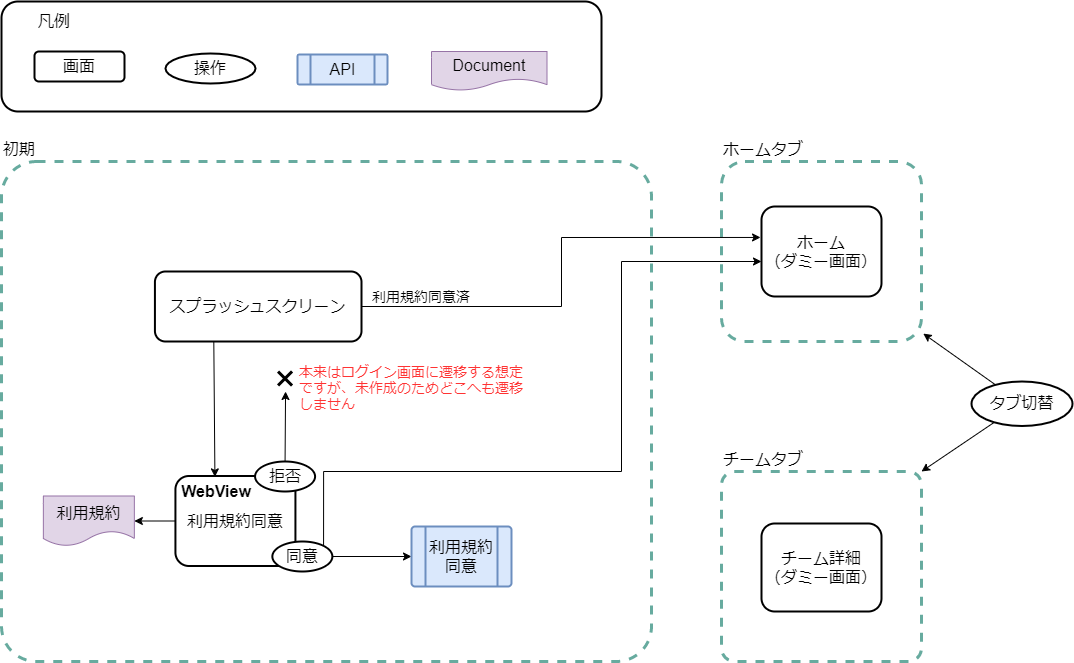
Before: website/docs/react-native/santoku/design/screen-transitions/screen-transitions.drawio.png, a diagram exported from draw.io (ws-4020/mobile-app-crib-notes). Source tidied: cells renumbered, new cells last; positions are measured from the earlier drawing's top-left corner, leaving out a move shared by most shapes.
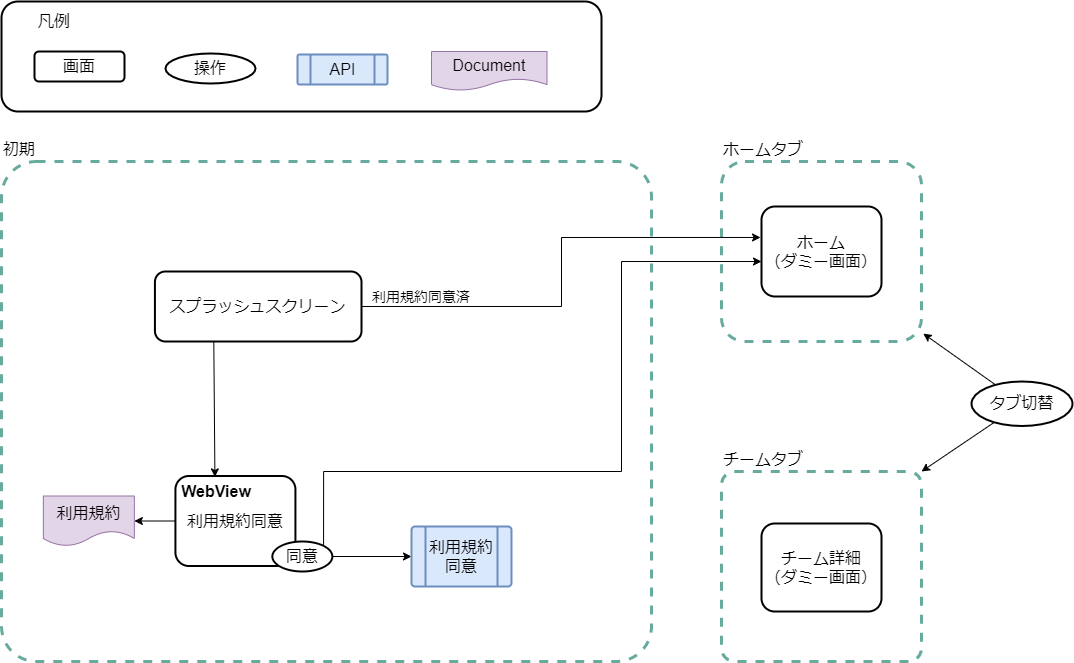
The same diagram one commit later.

Commit message:
拒否ボタン削除

Change to the diagram source:
```diff
@@ -82,18 +82,6 @@
     <mxCell id="25" style="rounded=0;jettySize=auto;html=1;startArrow=classic;startFill=1;endArrow=none;fontSize=16;exitX=1.009;exitY=0.956;exitDx=0;exitDy=0;exitPerimeter=0;" parent="1" edge="1" source="3" target="24">
       <mxGeometry relative="1" as="geometry" />
     </mxCell>
-    <mxCell id="26" style="edgeStyle=none;rounded=0;jettySize=auto;html=1;strokeColor=#000000;fontSize=16;entryX=0.437;entryY=0.46;entryDx=0;entryDy=0;entryPerimeter=0;" parent="1" edge="1" source="27" target="5">
-      <mxGeometry relative="1" as="geometry" />
-    </mxCell>
-    <mxCell id="27" value="拒否" style="ellipse;whiteSpace=wrap;html=1;labelBackgroundColor=#ffffff;fontSize=16;strokeColor=#000000;strokeWidth=2;fillColor=#ffffff;align=center;" parent="1" vertex="1">
-      <mxGeometry x="253.6" y="460" width="60" height="30" as="geometry" />
-    </mxCell>
-    <mxCell id="28" style="shape=umlDestroy;whiteSpace=wrap;html=1;strokeWidth=3;fontSize=16;" parent="1" vertex="1">
-      <mxGeometry x="276.6" y="370" width="14" height="14" as="geometry" />
-    </mxCell>
-    <mxCell id="29" value="本来はログイン画面に遷移する想定&lt;br style=&quot;font-size: 14px;&quot;&gt;ですが、未作成のためどこへも遷移&lt;br style=&quot;font-size: 14px;&quot;&gt;しません" style="text;html=1;strokeColor=none;fillColor=none;align=left;verticalAlign=middle;whiteSpace=wrap;rounded=0;fontColor=#FF3333;fontSize=14;" parent="1" vertex="1">
-      <mxGeometry x="296" y="360" width="244" height="51.4" as="geometry" />
-    </mxCell>
     <mxCell id="30" value="Document" style="shape=document;whiteSpace=wrap;html=1;boundedLbl=1;fillColor=#e1d5e7;strokeColor=#9673a6;fontSize=16;" parent="1" vertex="1">
       <mxGeometry x="430" y="50" width="115.5" height="39" as="geometry" />
     </mxCell>
```
